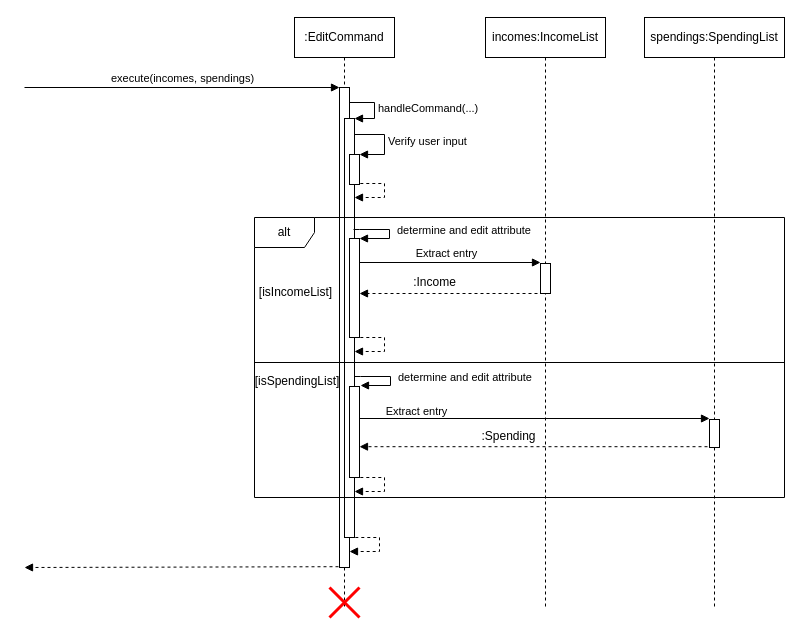
Before: docs/Diagrams/Commands/editCommandSequence.drawio in wongwh2002/CS2113TeamProject, a draw.io diagram. Source tidied: cells renumbered, new cells numbered last; positions are measured from the earlier drawing's top-left corner, leaving out a move shared by most shapes. Both pictures are drawn from the tidied source at 100%, with x=0, y=0 at pixel (24, 17).
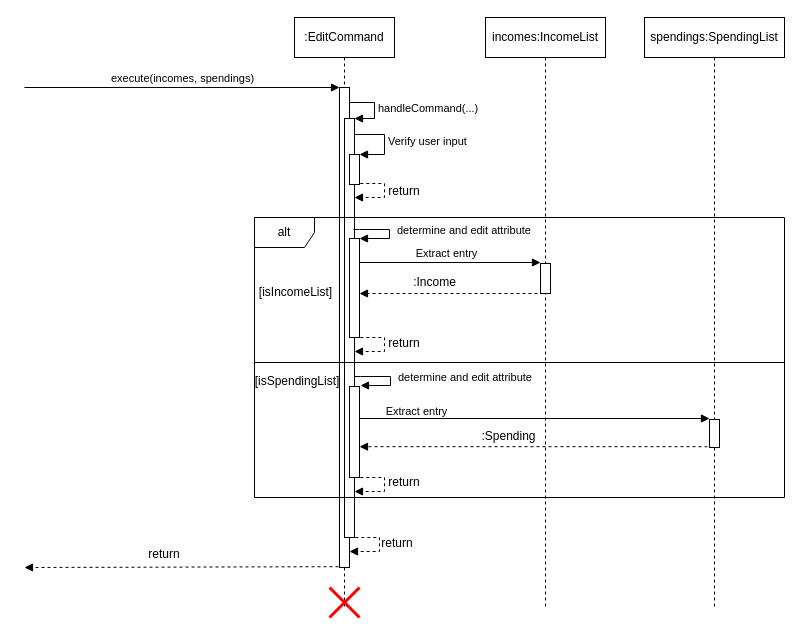
After the change.

Commit message (it also covers changes not shown here):
Update editCommandSequence diagram

Change to the diagram source:
```diff
@@
+    <mxCell id="33" value="return" style="text;strokeColor=none;align=center;fillColor=none;html=1;verticalAlign=middle;whiteSpace=wrap;rounded=0;" parent="1" vertex="1">
+      <mxGeometry x="350" y="159" width="60" height="30" as="geometry" />
+    </mxCell>
+    <mxCell id="34" value="return" style="text;strokeColor=none;align=center;fillColor=none;html=1;verticalAlign=middle;whiteSpace=wrap;rounded=0;" parent="1" vertex="1">
+      <mxGeometry x="350" y="311" width="60" height="30" as="geometry" />
+    </mxCell>
+    <mxCell id="35" value="return" style="text;strokeColor=none;align=center;fillColor=none;html=1;verticalAlign=middle;whiteSpace=wrap;rounded=0;" parent="1" vertex="1">
+      <mxGeometry x="350" y="450" width="60" height="30" as="geometry" />
+    </mxCell>
+    <mxCell id="36" value="return" style="text;strokeColor=none;align=center;fillColor=none;html=1;verticalAlign=middle;whiteSpace=wrap;rounded=0;" parent="1" vertex="1">
+      <mxGeometry x="343" y="511" width="60" height="30" as="geometry" />
+    </mxCell>
+    <mxCell id="37" value="return" style="text;strokeColor=none;align=center;fillColor=none;html=1;verticalAlign=middle;whiteSpace=wrap;rounded=0;" parent="1" vertex="1">
+      <mxGeometry x="110" y="522" width="60" height="30" as="geometry" />
+    </mxCell>
```
